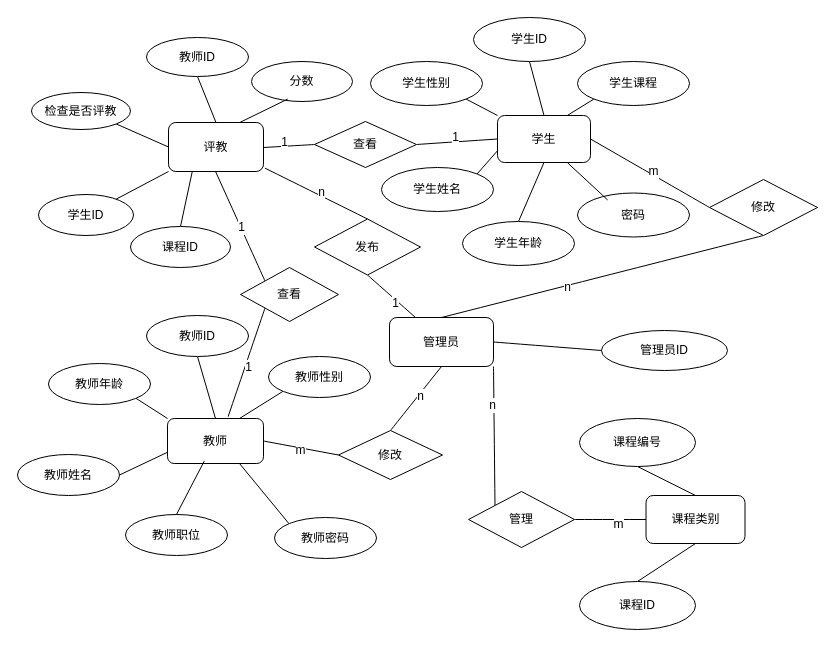
Earlier version of the draw.io diagram page "ER" (4 of 8) of 未命名绘图.drawio (mao-user/2024code). Source tidied: cells renumbered, new cells numbered last; positions are measured from the earlier drawing's top-left corner, leaving out a move shared by most shapes. Both pictures are drawn from the tidied source at 100%, with x=0, y=0 at pixel (17, 17).
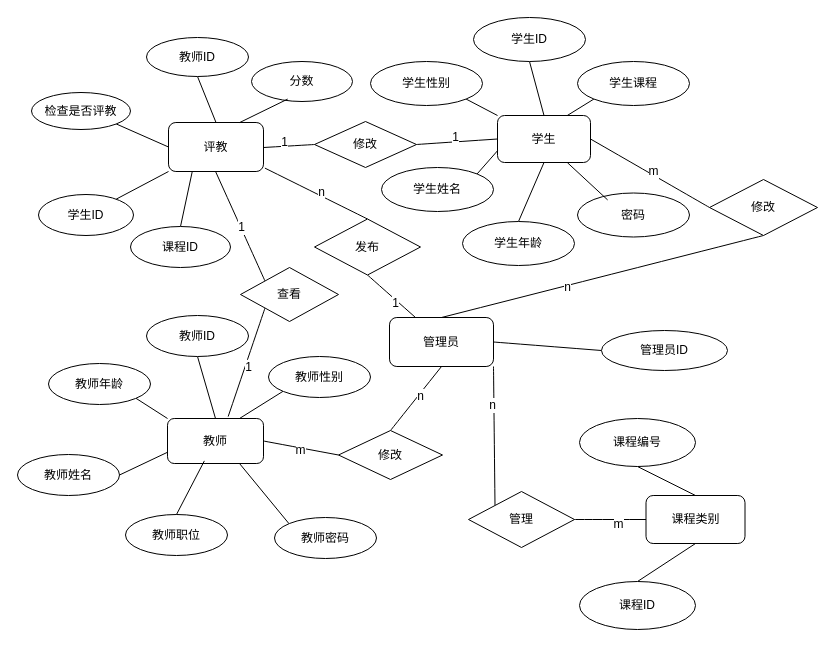
Above is the later version.

Diff of the diagram source:
```diff
@@
-    <mxCell id="21" value="查看" style="rhombus;whiteSpace=wrap;html=1;" parent="1" vertex="1">
+    <mxCell id="21" value="修改" style="rhombus;whiteSpace=wrap;html=1;" parent="1" vertex="1">
       <mxGeometry x="297" y="104" width="102" height="46" as="geometry" />
     </mxCell>
```
